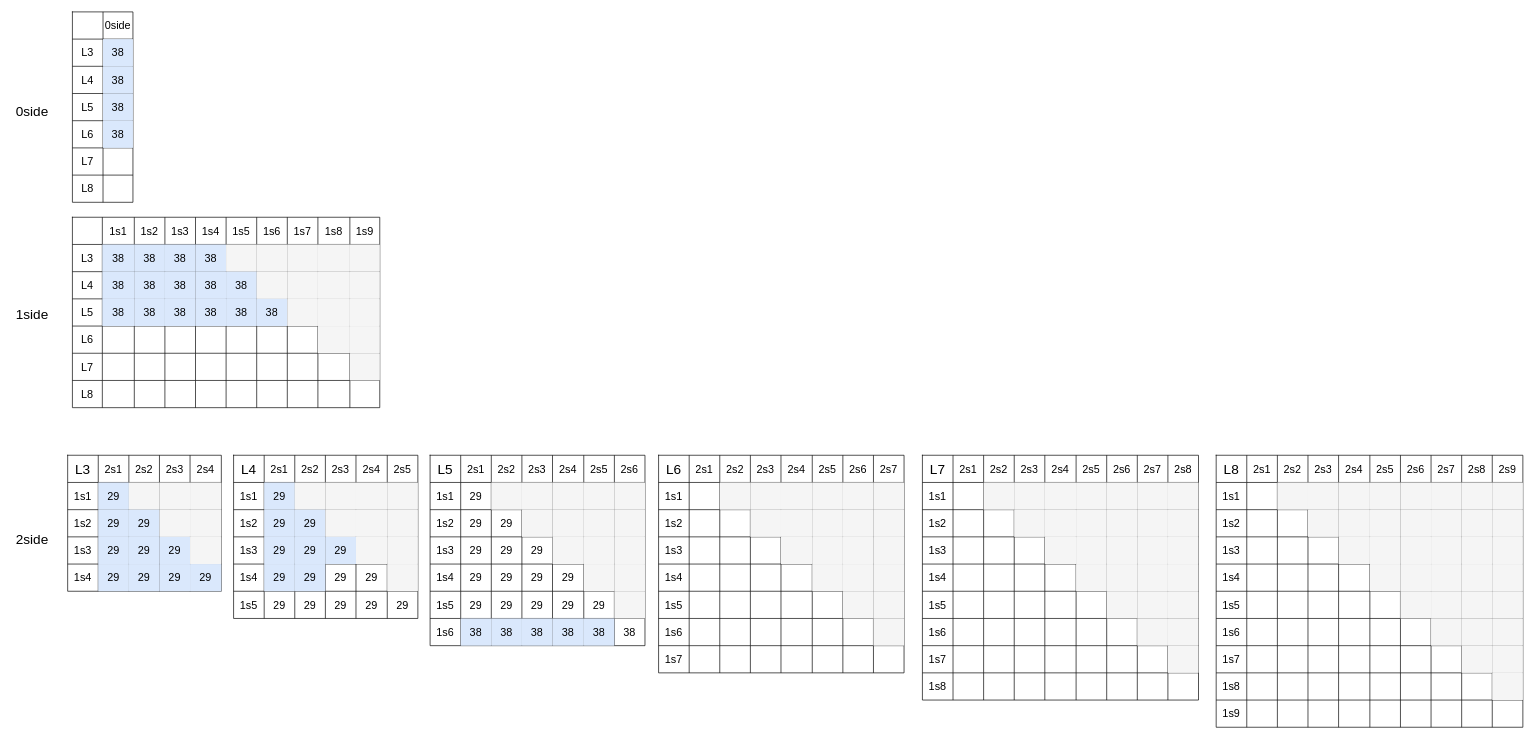
The draw.io diagram page "012side" (1 of 7) of Drawio/doc3d/觀察 I_to_M Pyramid Exps7_v3_tight_crop_size256_pad20_jit15.drawio in KongBOy/kong_model2, before the edit. Source tidied: cells renumbered, new cells numbered last; positions are measured from the earlier drawing's top-left corner, leaving out a move shared by most shapes. Both pictures are drawn from the tidied source at 68%, with x=0, y=0 at pixel (12, 12).
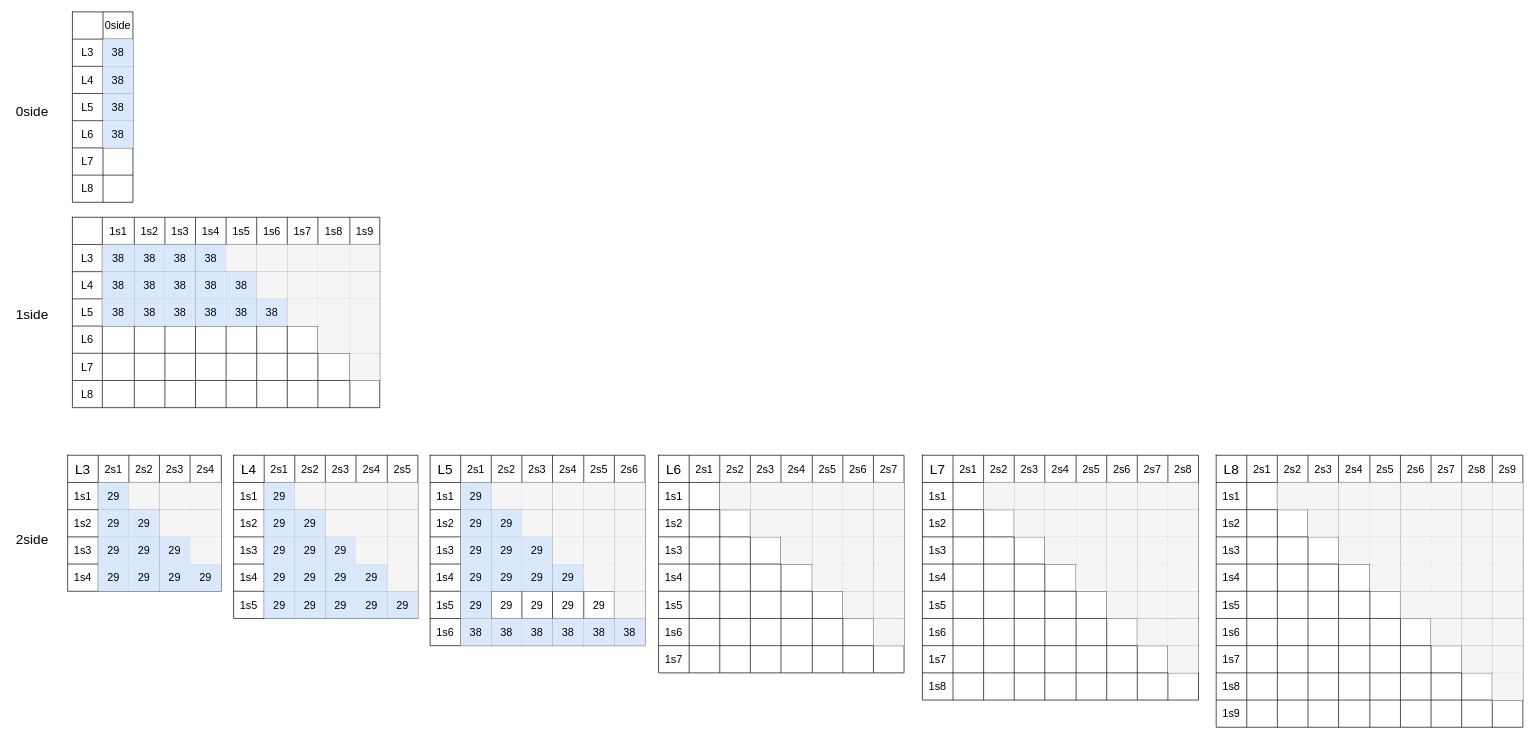
After the change.

The change refers to these unchanged cells:
```xml
<mxCell id="389" style="shape=tableRow;horizontal=0;startSize=0;swimlaneHead=0;swimlaneBody=0;top=0;left=0;bottom=0;right=0;fillColor=none;" parent="380" vertex="1">
  <mxGeometry y="40" width="316" height="40" as="geometry" />
</mxCell>
<mxCell id="397" style="shape=tableRow;horizontal=0;startSize=0;swimlaneHead=0;swimlaneBody=0;top=0;left=0;bottom=0;right=0;fillColor=none;" parent="380" vertex="1">
  <mxGeometry y="80" width="316" height="40" as="geometry" />
</mxCell>
<mxCell id="405" style="shape=tableRow;horizontal=0;startSize=0;swimlaneHead=0;swimlaneBody=0;top=0;left=0;bottom=0;right=0;fillColor=none;" parent="380" vertex="1">
  <mxGeometry y="120" width="316" height="40" as="geometry" />
</mxCell>
<mxCell id="413" style="shape=tableRow;horizontal=0;startSize=0;swimlaneHead=0;swimlaneBody=0;top=0;left=0;bottom=0;right=0;fillColor=none;" parent="380" vertex="1">
  <mxGeometry y="160" width="316" height="40" as="geometry" />
</mxCell>
<mxCell id="421" style="shape=tableRow;horizontal=0;startSize=0;swimlaneHead=0;swimlaneBody=0;top=0;left=0;bottom=0;right=0;fillColor=none;" parent="380" vertex="1">
  <mxGeometry y="200" width="316" height="40" as="geometry" />
</mxCell>
<mxCell id="429" style="shape=tableRow;horizontal=0;startSize=0;swimlaneHead=0;swimlaneBody=0;top=0;left=0;bottom=0;right=0;fillColor=none;" parent="380" vertex="1">
  <mxGeometry y="240" width="316" height="40" as="geometry" />
</mxCell>
<mxCell id="466" style="shape=tableRow;horizontal=0;startSize=0;swimlaneHead=0;swimlaneBody=0;top=0;left=0;bottom=0;right=0;fillColor=none;" parent="437" vertex="1">
  <mxGeometry y="160" width="271" height="40" as="geometry" />
</mxCell>
<mxCell id="473" style="shape=tableRow;horizontal=0;startSize=0;swimlaneHead=0;swimlaneBody=0;top=0;left=0;bottom=0;right=0;fillColor=none;" parent="437" vertex="1">
  <mxGeometry y="200" width="271" height="40" as="geometry" />
</mxCell>
```

What changed in the source:
```diff
@@
-    <mxCell id="391" value="&lt;span&gt;29&lt;/span&gt;" style="shape=partialRectangle;html=1;whiteSpace=wrap;overflow=hidden;fillColor=none;top=0;left=0;bottom=0;right=0;fontSize=16;" parent="389" vertex="1">
+    <mxCell id="391" value="&lt;span&gt;29&lt;/span&gt;" style="shape=partialRectangle;html=1;whiteSpace=wrap;overflow=hidden;fillColor=#dae8fc;top=0;left=0;bottom=0;right=0;fontSize=16;strokeColor=#6c8ebf;" parent="389" vertex="1">
       <mxGeometry x="45" width="45" height="40" as="geometry" />
     </mxCell>
@@
-    <mxCell id="399" value="&lt;span&gt;29&lt;/span&gt;" style="shape=partialRectangle;html=1;whiteSpace=wrap;overflow=hidden;fillColor=none;top=0;left=0;bottom=0;right=0;fontSize=16;" parent="397" vertex="1">
+    <mxCell id="399" value="&lt;span&gt;29&lt;/span&gt;" style="shape=partialRectangle;html=1;whiteSpace=wrap;overflow=hidden;fillColor=#dae8fc;top=0;left=0;bottom=0;right=0;fontSize=16;strokeColor=#6c8ebf;" parent="397" vertex="1">
       <mxGeometry x="45" width="45" height="40" as="geometry" />
     </mxCell>
-    <mxCell id="400" value="&lt;span&gt;29&lt;/span&gt;" style="shape=partialRectangle;html=1;whiteSpace=wrap;overflow=hidden;fillColor=none;top=0;left=0;bottom=0;right=0;fontSize=16;" parent="397" vertex="1">
+    <mxCell id="400" value="&lt;span&gt;29&lt;/span&gt;" style="shape=partialRectangle;html=1;whiteSpace=wrap;overflow=hidden;fillColor=#dae8fc;top=0;left=0;bottom=0;right=0;fontSize=16;strokeColor=#6c8ebf;" parent="397" vertex="1">
       <mxGeometry x="90" width="45" height="40" as="geometry" />
     </mxCell>
@@
-    <mxCell id="407" value="&lt;span&gt;29&lt;/span&gt;" style="shape=partialRectangle;html=1;whiteSpace=wrap;overflow=hidden;fillColor=none;top=0;left=0;bottom=0;right=0;fontSize=16;" parent="405" vertex="1">
+    <mxCell id="407" value="&lt;span&gt;29&lt;/span&gt;" style="shape=partialRectangle;html=1;whiteSpace=wrap;overflow=hidden;fillColor=#dae8fc;top=0;left=0;bottom=0;right=0;fontSize=16;strokeColor=#6c8ebf;" parent="405" vertex="1">
       <mxGeometry x="45" width="45" height="40" as="geometry" />
     </mxCell>
-    <mxCell id="408" value="&lt;span&gt;29&lt;/span&gt;" style="shape=partialRectangle;html=1;whiteSpace=wrap;overflow=hidden;fillColor=none;top=0;left=0;bottom=0;right=0;fontSize=16;" parent="405" vertex="1">
+    <mxCell id="408" value="&lt;span&gt;29&lt;/span&gt;" style="shape=partialRectangle;html=1;whiteSpace=wrap;overflow=hidden;fillColor=#dae8fc;top=0;left=0;bottom=0;right=0;fontSize=16;strokeColor=#6c8ebf;" parent="405" vertex="1">
       <mxGeometry x="90" width="45" height="40" as="geometry" />
     </mxCell>
-    <mxCell id="409" value="&lt;span&gt;29&lt;/span&gt;" style="shape=partialRectangle;html=1;whiteSpace=wrap;overflow=hidden;fillColor=none;top=0;left=0;bottom=0;right=0;fontSize=16;" parent="405" vertex="1">
+    <mxCell id="409" value="&lt;span&gt;29&lt;/span&gt;" style="shape=partialRectangle;html=1;whiteSpace=wrap;overflow=hidden;fillColor=#dae8fc;top=0;left=0;bottom=0;right=0;fontSize=16;strokeColor=#6c8ebf;" parent="405" vertex="1">
       <mxGeometry x="135" width="45" height="40" as="geometry" />
     </mxCell>
@@
-    <mxCell id="415" value="&lt;span&gt;29&lt;/span&gt;" style="shape=partialRectangle;html=1;whiteSpace=wrap;overflow=hidden;fillColor=none;top=0;left=0;bottom=0;right=0;fontSize=16;" parent="413" vertex="1">
+    <mxCell id="415" value="&lt;span&gt;29&lt;/span&gt;" style="shape=partialRectangle;html=1;whiteSpace=wrap;overflow=hidden;fillColor=#dae8fc;top=0;left=0;bottom=0;right=0;fontSize=16;strokeColor=#6c8ebf;" parent="413" vertex="1">
       <mxGeometry x="45" width="45" height="40" as="geometry" />
     </mxCell>
-    <mxCell id="416" value="&lt;span&gt;29&lt;/span&gt;" style="shape=partialRectangle;html=1;whiteSpace=wrap;overflow=hidden;fillColor=none;top=0;left=0;bottom=0;right=0;fontSize=16;" parent="413" vertex="1">
+    <mxCell id="416" value="&lt;span&gt;29&lt;/span&gt;" style="shape=partialRectangle;html=1;whiteSpace=wrap;overflow=hidden;fillColor=#dae8fc;top=0;left=0;bottom=0;right=0;fontSize=16;strokeColor=#6c8ebf;" parent="413" vertex="1">
       <mxGeometry x="90" width="45" height="40" as="geometry" />
     </mxCell>
-    <mxCell id="417" value="&lt;span&gt;29&lt;/span&gt;" style="shape=partialRectangle;html=1;whiteSpace=wrap;overflow=hidden;fillColor=none;top=0;left=0;bottom=0;right=0;fontSize=16;" parent="413" vertex="1">
+    <mxCell id="417" value="&lt;span&gt;29&lt;/span&gt;" style="shape=partialRectangle;html=1;whiteSpace=wrap;overflow=hidden;fillColor=#dae8fc;top=0;left=0;bottom=0;right=0;fontSize=16;strokeColor=#6c8ebf;" parent="413" vertex="1">
       <mxGeometry x="135" width="45" height="40" as="geometry" />
     </mxCell>
-    <mxCell id="418" value="&lt;span&gt;29&lt;/span&gt;" style="shape=partialRectangle;html=1;whiteSpace=wrap;overflow=hidden;fillColor=none;top=0;left=0;bottom=0;right=0;fontSize=16;" parent="413" vertex="1">
+    <mxCell id="418" value="&lt;span&gt;29&lt;/span&gt;" style="shape=partialRectangle;html=1;whiteSpace=wrap;overflow=hidden;fillColor=#dae8fc;top=0;left=0;bottom=0;right=0;fontSize=16;strokeColor=#6c8ebf;" parent="413" vertex="1">
       <mxGeometry x="180" width="46" height="40" as="geometry" />
     </mxCell>
@@
-    <mxCell id="423" value="&lt;span&gt;29&lt;/span&gt;" style="shape=partialRectangle;html=1;whiteSpace=wrap;overflow=hidden;fillColor=none;top=0;left=0;bottom=0;right=0;fontSize=16;" parent="421" vertex="1">
+    <mxCell id="423" value="&lt;span&gt;29&lt;/span&gt;" style="shape=partialRectangle;html=1;whiteSpace=wrap;overflow=hidden;fillColor=#dae8fc;top=0;left=0;bottom=0;right=0;fontSize=16;strokeColor=#6c8ebf;" parent="421" vertex="1">
       <mxGeometry x="45" width="45" height="40" as="geometry" />
     </mxCell>
@@
-    <mxCell id="436" value="&lt;span&gt;38&lt;/span&gt;" style="shape=partialRectangle;html=1;whiteSpace=wrap;overflow=hidden;fillColor=none;top=0;left=0;bottom=0;right=0;fontSize=16;" parent="429" vertex="1">
+    <mxCell id="436" value="&lt;span&gt;38&lt;/span&gt;" style="shape=partialRectangle;html=1;whiteSpace=wrap;overflow=hidden;fillColor=#dae8fc;top=0;left=0;bottom=0;right=0;fontSize=16;strokeColor=#6c8ebf;" parent="429" vertex="1">
       <mxGeometry x="271" width="45" height="40" as="geometry" />
     </mxCell>
@@
-    <mxCell id="470" value="&lt;span&gt;29&lt;/span&gt;" style="shape=partialRectangle;html=1;whiteSpace=wrap;overflow=hidden;fillColor=none;top=0;left=0;bottom=0;right=0;fontSize=16;" parent="466" vertex="1">
+    <mxCell id="470" value="&lt;span&gt;29&lt;/span&gt;" style="shape=partialRectangle;html=1;whiteSpace=wrap;overflow=hidden;fillColor=#dae8fc;top=0;left=0;bottom=0;right=0;fontSize=16;strokeColor=#6c8ebf;" parent="466" vertex="1">
       <mxGeometry x="135" width="45" height="40" as="geometry" />
     </mxCell>
-    <mxCell id="471" value="&lt;span&gt;29&lt;/span&gt;" style="shape=partialRectangle;html=1;whiteSpace=wrap;overflow=hidden;fillColor=none;top=0;left=0;bottom=0;right=0;fontSize=16;" parent="466" vertex="1">
+    <mxCell id="471" value="&lt;span&gt;29&lt;/span&gt;" style="shape=partialRectangle;html=1;whiteSpace=wrap;overflow=hidden;fillColor=#dae8fc;top=0;left=0;bottom=0;right=0;fontSize=16;strokeColor=#6c8ebf;" parent="466" vertex="1">
       <mxGeometry x="180" width="46" height="40" as="geometry" />
     </mxCell>
@@
-    <mxCell id="475" value="29" style="shape=partialRectangle;html=1;whiteSpace=wrap;overflow=hidden;fillColor=none;top=0;left=0;bottom=0;right=0;fontSize=16;" parent="473" vertex="1">
+    <mxCell id="475" value="29" style="shape=partialRectangle;html=1;whiteSpace=wrap;overflow=hidden;fillColor=#dae8fc;top=0;left=0;bottom=0;right=0;fontSize=16;strokeColor=#6c8ebf;" parent="473" vertex="1">
       <mxGeometry x="45" width="45" height="40" as="geometry" />
     </mxCell>
-    <mxCell id="476" value="&lt;span&gt;29&lt;/span&gt;" style="shape=partialRectangle;html=1;whiteSpace=wrap;overflow=hidden;fillColor=none;top=0;left=0;bottom=0;right=0;fontSize=16;" parent="473" vertex="1">
+    <mxCell id="476" value="&lt;span&gt;29&lt;/span&gt;" style="shape=partialRectangle;html=1;whiteSpace=wrap;overflow=hidden;fillColor=#dae8fc;top=0;left=0;bottom=0;right=0;fontSize=16;strokeColor=#6c8ebf;" parent="473" vertex="1">
       <mxGeometry x="90" width="45" height="40" as="geometry" />
     </mxCell>
-    <mxCell id="477" value="&lt;span&gt;29&lt;/span&gt;" style="shape=partialRectangle;html=1;whiteSpace=wrap;overflow=hidden;fillColor=none;top=0;left=0;bottom=0;right=0;fontSize=16;" parent="473" vertex="1">
+    <mxCell id="477" value="&lt;span&gt;29&lt;/span&gt;" style="shape=partialRectangle;html=1;whiteSpace=wrap;overflow=hidden;fillColor=#dae8fc;top=0;left=0;bottom=0;right=0;fontSize=16;strokeColor=#6c8ebf;" parent="473" vertex="1">
       <mxGeometry x="135" width="45" height="40" as="geometry" />
     </mxCell>
-    <mxCell id="478" value="&lt;span&gt;29&lt;/span&gt;" style="shape=partialRectangle;html=1;whiteSpace=wrap;overflow=hidden;fillColor=none;top=0;left=0;bottom=0;right=0;fontSize=16;" parent="473" vertex="1">
+    <mxCell id="478" value="&lt;span&gt;29&lt;/span&gt;" style="shape=partialRectangle;html=1;whiteSpace=wrap;overflow=hidden;fillColor=#dae8fc;top=0;left=0;bottom=0;right=0;fontSize=16;strokeColor=#6c8ebf;" parent="473" vertex="1">
       <mxGeometry x="180" width="46" height="40" as="geometry" />
     </mxCell>
-    <mxCell id="479" value="&lt;span&gt;29&lt;/span&gt;" style="shape=partialRectangle;html=1;whiteSpace=wrap;overflow=hidden;fillColor=none;top=0;left=0;bottom=0;right=0;fontSize=16;" parent="473" vertex="1">
+    <mxCell id="479" value="&lt;span&gt;29&lt;/span&gt;" style="shape=partialRectangle;html=1;whiteSpace=wrap;overflow=hidden;fillColor=#dae8fc;top=0;left=0;bottom=0;right=0;fontSize=16;strokeColor=#6c8ebf;" parent="473" vertex="1">
       <mxGeometry x="226" width="45" height="40" as="geometry" />
     </mxCell>
```
